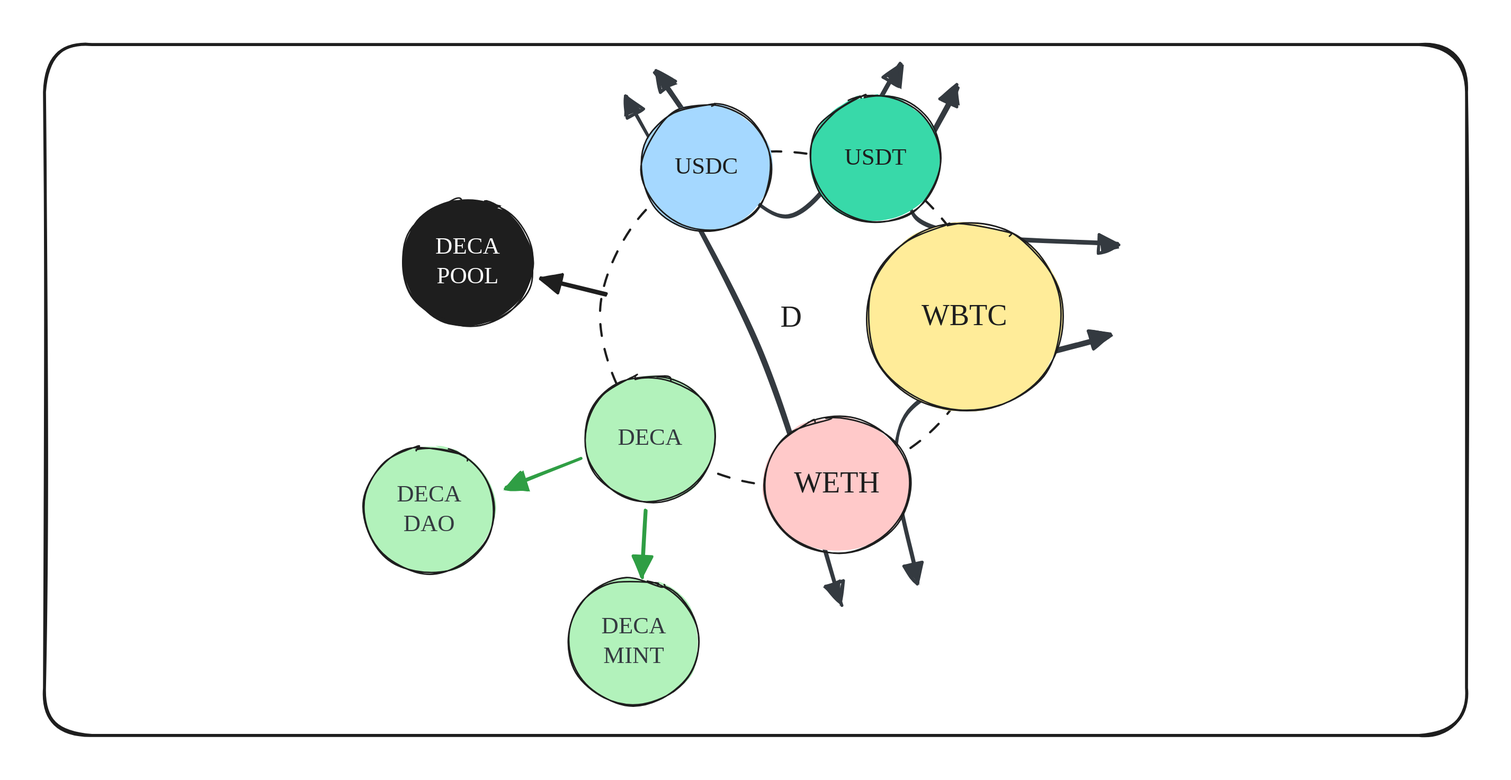
Above: .gitbook/assets/file.excalidraw (5).svg in decaswap-labs/docs (Excalidraw), before the change. Source tidied: one line per element, renumbered; positions are measured from the earlier drawing's top-left corner, leaving out a move shared by most shapes. Its diagram source:
```json
{"id": 0, "type": "rectangle", "strokeColor": "#1e1e1e", "strokeWidth": 2, "roughness": 1, "round": true, "x": 0, "y": 26, "width": 959, "height": 466}
{"id": 1, "type": "arrow", "strokeColor": "#343a40", "angle": 1.32, "backgroundColor": "#a5d8ff", "fillStyle": "solid", "strokeWidth": 2, "roughness": 1, "startArrowhead": "triangle", "endArrowhead": "triangle", "round": true, "x": 648, "y": 203, "width": 368, "height": 57, "points": [[0, 0], [-180, 12], [-368, 57]]}
{"id": 2, "type": "arrow", "strokeColor": "#343a40", "angle": 4.89, "backgroundColor": "#a5d8ff", "fillStyle": "solid", "strokeWidth": 2, "roughness": 1, "startArrowhead": "triangle", "endArrowhead": "triangle", "round": true, "x": 511, "y": 0, "width": 116, "height": 162, "points": [[0, 0], [-81, 105], [34, 162]]}
{"id": 3, "type": "arrow", "strokeColor": "#343a40", "angle": 5.41, "backgroundColor": "#a5d8ff", "fillStyle": "solid", "strokeWidth": 2, "roughness": 1, "startArrowhead": "triangle", "endArrowhead": "triangle", "round": true, "x": 689, "y": 60, "width": 86, "height": 151, "points": [[0, 0], [-86, 36], [-13, 151]]}
{"id": 4, "type": "arrow", "strokeColor": "#343a40", "backgroundColor": "#a5d8ff", "fillStyle": "solid", "strokeWidth": 2, "roughness": 1, "startArrowhead": "triangle", "endArrowhead": "triangle", "round": true, "x": 718, "y": 222, "width": 137, "height": 167, "points": [[0, 0], [-137, 51], [-130, 167]]}
{"id": 5, "type": "ellipse", "strokeColor": "#1e1e1e", "strokeWidth": 1, "strokeStyle": "dashed", "roughness": 1, "round": true, "x": 375, "y": 98, "width": 256, "height": 225}
{"id": 6, "type": "text", "text": "D", "strokeColor": "#1e1e1e", "strokeWidth": 1, "strokeStyle": "dashed", "roughness": 0, "fontSize": 20, "fontFamily": 5, "textAlign": "center", "verticalAlign": "middle", "inside": 5, "x": 496, "y": 198, "width": 14, "height": 25}
{"id": 7, "type": "ellipse", "strokeColor": "#1e1e1e", "backgroundColor": "#ffec99", "fillStyle": "solid", "strokeWidth": 1, "roughness": 1, "round": true, "x": 554, "y": 146, "width": 132, "height": 127}
{"id": 8, "type": "text", "text": "WBTC", "strokeColor": "#1e1e1e", "backgroundColor": "#ffec99", "fillStyle": "solid", "strokeWidth": 1, "roughness": 0, "fontSize": 20, "fontFamily": 5, "textAlign": "center", "verticalAlign": "middle", "inside": 7, "x": 591, "y": 197, "width": 58, "height": 25}
{"id": 9, "type": "ellipse", "strokeColor": "#1e1e1e", "backgroundColor": "#ffc9c9", "fillStyle": "solid", "strokeWidth": 1, "roughness": 1, "round": true, "x": 485, "y": 277, "width": 98, "height": 91}
{"id": 10, "type": "text", "text": "WETH", "strokeColor": "#1e1e1e", "backgroundColor": "#ffec99", "fillStyle": "solid", "strokeWidth": 1, "roughness": 0, "fontSize": 20, "fontFamily": 5, "textAlign": "center", "verticalAlign": "middle", "inside": 9, "x": 505, "y": 310, "width": 58, "height": 25}
{"id": 11, "type": "ellipse", "strokeColor": "#1e1e1e", "backgroundColor": "#38d9a9", "fillStyle": "solid", "strokeWidth": 1, "roughness": 1, "round": true, "x": 516, "y": 60, "width": 88, "height": 85}
{"id": 12, "type": "text", "text": "USDT", "strokeColor": "#1e1e1e", "backgroundColor": "#b2f2bb", "fillStyle": "solid", "strokeWidth": 1, "roughness": 0, "fontSize": 16, "fontFamily": 5, "textAlign": "center", "verticalAlign": "middle", "inside": 11, "x": 539, "y": 93, "width": 42, "height": 20}
{"id": 13, "type": "ellipse", "strokeColor": "#1e1e1e", "backgroundColor": "#a5d8ff", "fillStyle": "solid", "strokeWidth": 1, "roughness": 1, "round": true, "x": 402, "y": 66, "width": 88, "height": 85}
{"id": 14, "type": "text", "text": "USDC", "strokeColor": "#1e1e1e", "backgroundColor": "#b2f2bb", "fillStyle": "solid", "strokeWidth": 1, "roughness": 0, "fontSize": 16, "fontFamily": 5, "textAlign": "center", "verticalAlign": "middle", "inside": 13, "x": 425, "y": 99, "width": 43, "height": 20}
{"id": 15, "type": "ellipse", "strokeColor": "#1e1e1e", "backgroundColor": "#1e1e1e", "fillStyle": "solid", "strokeWidth": 1, "roughness": 1, "round": true, "x": 241, "y": 130, "width": 88, "height": 85}
{"id": 16, "type": "text", "text": "DECA\nPOOL", "strokeColor": "#ffffff", "backgroundColor": "#b2f2bb", "fillStyle": "solid", "strokeWidth": 1, "roughness": 0, "fontSize": 16, "fontFamily": 5, "textAlign": "center", "verticalAlign": "middle", "inside": 15, "x": 264, "y": 153, "width": 44, "height": 40}
{"id": 17, "type": "ellipse", "strokeColor": "#1e1e1e", "backgroundColor": "#b2f2bb", "fillStyle": "solid", "strokeWidth": 1, "roughness": 1, "round": true, "x": 364, "y": 249, "width": 88, "height": 85}
{"id": 18, "type": "text", "text": "DECA", "strokeColor": "#343a40", "backgroundColor": "#b2f2bb", "fillStyle": "solid", "strokeWidth": 1, "roughness": 0, "fontSize": 16, "fontFamily": 5, "textAlign": "center", "verticalAlign": "middle", "inside": 17, "x": 387, "y": 282, "width": 44, "height": 20}
{"id": 19, "type": "ellipse", "strokeColor": "#1e1e1e", "backgroundColor": "#b2f2bb", "fillStyle": "solid", "strokeWidth": 1, "roughness": 1, "round": true, "x": 215, "y": 297, "width": 88, "height": 85}
{"id": 20, "type": "text", "text": "DECA\nDAO", "strokeColor": "#343a40", "backgroundColor": "#b2f2bb", "fillStyle": "solid", "strokeWidth": 1, "roughness": 0, "fontSize": 16, "fontFamily": 5, "textAlign": "center", "verticalAlign": "middle", "inside": 19, "x": 238, "y": 320, "width": 44, "height": 40}
{"id": 21, "type": "ellipse", "strokeColor": "#1e1e1e", "backgroundColor": "#b2f2bb", "fillStyle": "solid", "strokeWidth": 1, "roughness": 1, "round": true, "x": 353, "y": 386, "width": 88, "height": 85}
{"id": 22, "type": "text", "text": "DECA\nMINT", "strokeColor": "#343a40", "backgroundColor": "#b2f2bb", "fillStyle": "solid", "strokeWidth": 1, "roughness": 0, "fontSize": 16, "fontFamily": 5, "textAlign": "center", "verticalAlign": "middle", "inside": 21, "x": 376, "y": 409, "width": 44, "height": 40}
{"id": 23, "type": "arrow", "strokeColor": "#2f9e44", "backgroundColor": "#a5d8ff", "fillStyle": "solid", "strokeWidth": 2, "roughness": 1, "endArrowhead": "triangle", "round": true, "from": 17, "to": 21, "x": 405, "y": 340, "width": 2, "height": 45, "points": [[0, 0], [-2, 45]]}
{"id": 24, "type": "arrow", "strokeColor": "#2f9e44", "backgroundColor": "#a5d8ff", "fillStyle": "solid", "strokeWidth": 2, "roughness": 1, "endArrowhead": "triangle", "round": true, "from": 17, "to": 19, "x": 360, "y": 305, "width": 50, "height": 20, "points": [[0, 0], [-50, 20]]}
{"id": 25, "type": "arrow", "strokeColor": "#1e1e1e", "backgroundColor": "#a5d8ff", "fillStyle": "solid", "strokeWidth": 2, "roughness": 1, "endArrowhead": "triangle", "round": true, "to": 15, "x": 378, "y": 194, "width": 44, "height": 11, "points": [[0, 0], [-44, -11]]}
```
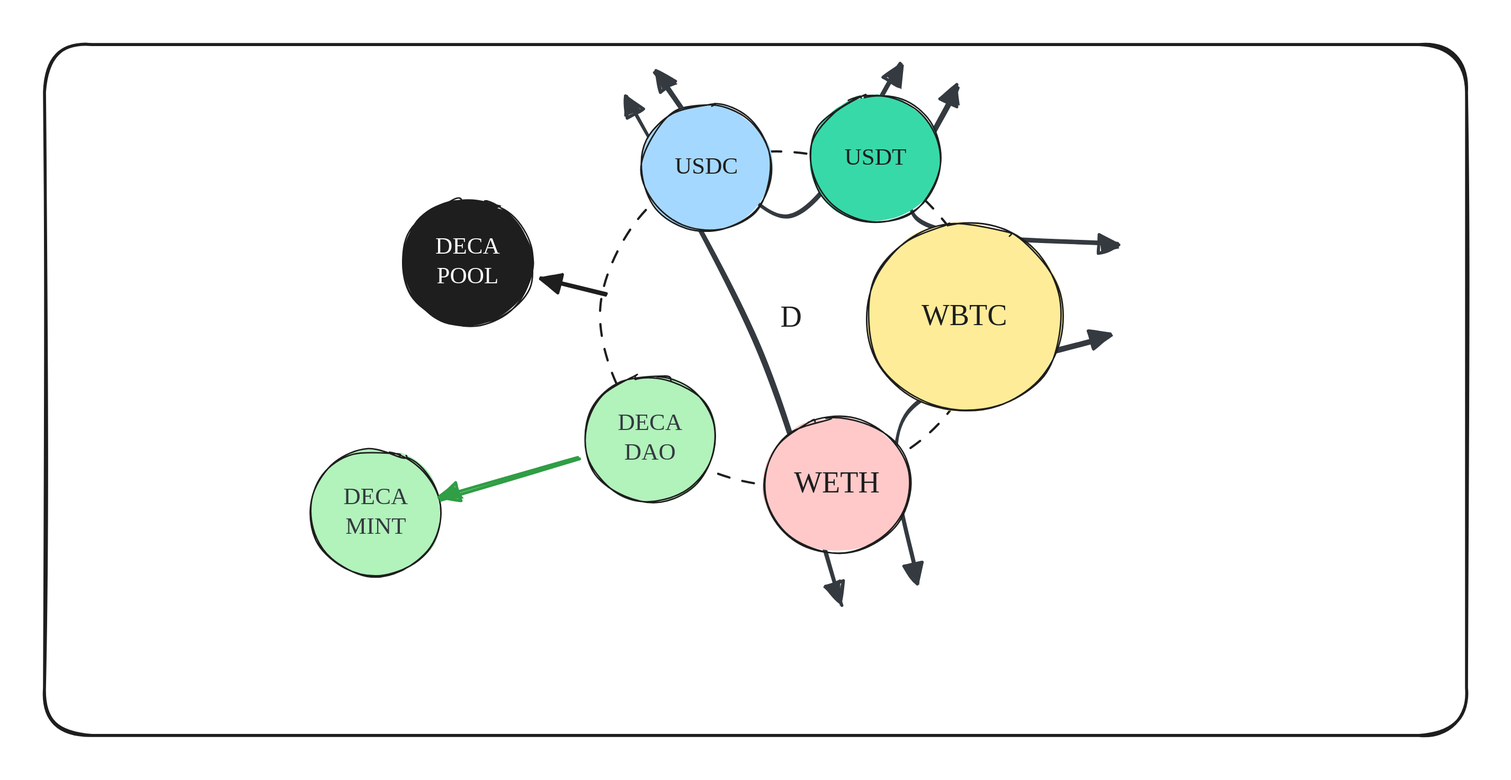
The same file after the commit.

Diff of the diagram source:
```diff
@@ -16,11 +16,8 @@
 {"id": 15, "type": "ellipse", "strokeColor": "#1e1e1e", "backgroundColor": "#1e1e1e", "fillStyle": "solid", "strokeWidth": 1, "roughness": 1, "round": true, "x": 241, "y": 130, "width": 88, "height": 85}
 {"id": 16, "type": "text", "text": "DECA\nPOOL", "strokeColor": "#ffffff", "backgroundColor": "#b2f2bb", "fillStyle": "solid", "strokeWidth": 1, "roughness": 0, "fontSize": 16, "fontFamily": 5, "textAlign": "center", "verticalAlign": "middle", "inside": 15, "x": 264, "y": 153, "width": 44, "height": 40}
 {"id": 17, "type": "ellipse", "strokeColor": "#1e1e1e", "backgroundColor": "#b2f2bb", "fillStyle": "solid", "strokeWidth": 1, "roughness": 1, "round": true, "x": 364, "y": 249, "width": 88, "height": 85}
-{"id": 18, "type": "text", "text": "DECA", "strokeColor": "#343a40", "backgroundColor": "#b2f2bb", "fillStyle": "solid", "strokeWidth": 1, "roughness": 0, "fontSize": 16, "fontFamily": 5, "textAlign": "center", "verticalAlign": "middle", "inside": 17, "x": 387, "y": 282, "width": 44, "height": 20}
+{"id": 18, "type": "text", "text": "DECA\nDAO", "strokeColor": "#343a40", "backgroundColor": "#b2f2bb", "fillStyle": "solid", "strokeWidth": 1, "roughness": 0, "fontSize": 16, "fontFamily": 5, "textAlign": "center", "verticalAlign": "middle", "inside": 17, "x": 387, "y": 272, "width": 44, "height": 40}
-{"id": 19, "type": "ellipse", "strokeColor": "#1e1e1e", "backgroundColor": "#b2f2bb", "fillStyle": "solid", "strokeWidth": 1, "roughness": 1, "round": true, "x": 215, "y": 297, "width": 88, "height": 85}
-{"id": 20, "type": "text", "text": "DECA\nDAO", "strokeColor": "#343a40", "backgroundColor": "#b2f2bb", "fillStyle": "solid", "strokeWidth": 1, "roughness": 0, "fontSize": 16, "fontFamily": 5, "textAlign": "center", "verticalAlign": "middle", "inside": 19, "x": 238, "y": 320, "width": 44, "height": 40}
-{"id": 21, "type": "ellipse", "strokeColor": "#1e1e1e", "backgroundColor": "#b2f2bb", "fillStyle": "solid", "strokeWidth": 1, "roughness": 1, "round": true, "x": 353, "y": 386, "width": 88, "height": 85}
+{"id": 21, "type": "ellipse", "strokeColor": "#1e1e1e", "backgroundColor": "#b2f2bb", "fillStyle": "solid", "strokeWidth": 1, "roughness": 1, "round": true, "x": 179, "y": 299, "width": 88, "height": 85}
-{"id": 22, "type": "text", "text": "DECA\nMINT", "strokeColor": "#343a40", "backgroundColor": "#b2f2bb", "fillStyle": "solid", "strokeWidth": 1, "roughness": 0, "fontSize": 16, "fontFamily": 5, "textAlign": "center", "verticalAlign": "middle", "inside": 21, "x": 376, "y": 409, "width": 44, "height": 40}
+{"id": 22, "type": "text", "text": "DECA\nMINT", "strokeColor": "#343a40", "backgroundColor": "#b2f2bb", "fillStyle": "solid", "strokeWidth": 1, "roughness": 0, "fontSize": 16, "fontFamily": 5, "textAlign": "center", "verticalAlign": "middle", "inside": 21, "x": 202, "y": 322, "width": 44, "height": 40}
-{"id": 23, "type": "arrow", "strokeColor": "#2f9e44", "backgroundColor": "#a5d8ff", "fillStyle": "solid", "strokeWidth": 2, "roughness": 1, "endArrowhead": "triangle", "round": true, "from": 17, "to": 21, "x": 405, "y": 340, "width": 2, "height": 45, "points": [[0, 0], [-2, 45]]}
+{"id": 23, "type": "arrow", "strokeColor": "#2f9e44", "backgroundColor": "#a5d8ff", "fillStyle": "solid", "strokeWidth": 2, "roughness": 1, "endArrowhead": "triangle", "round": true, "from": 17, "to": 21, "x": 360, "y": 305, "width": 92, "height": 27, "points": [[0, 0], [-92, 27]]}
-{"id": 24, "type": "arrow", "strokeColor": "#2f9e44", "backgroundColor": "#a5d8ff", "fillStyle": "solid", "strokeWidth": 2, "roughness": 1, "endArrowhead": "triangle", "round": true, "from": 17, "to": 19, "x": 360, "y": 305, "width": 50, "height": 20, "points": [[0, 0], [-50, 20]]}
 {"id": 25, "type": "arrow", "strokeColor": "#1e1e1e", "backgroundColor": "#a5d8ff", "fillStyle": "solid", "strokeWidth": 2, "roughness": 1, "endArrowhead": "triangle", "round": true, "to": 15, "x": 378, "y": 194, "width": 44, "height": 11, "points": [[0, 0], [-44, -11]]}
```
